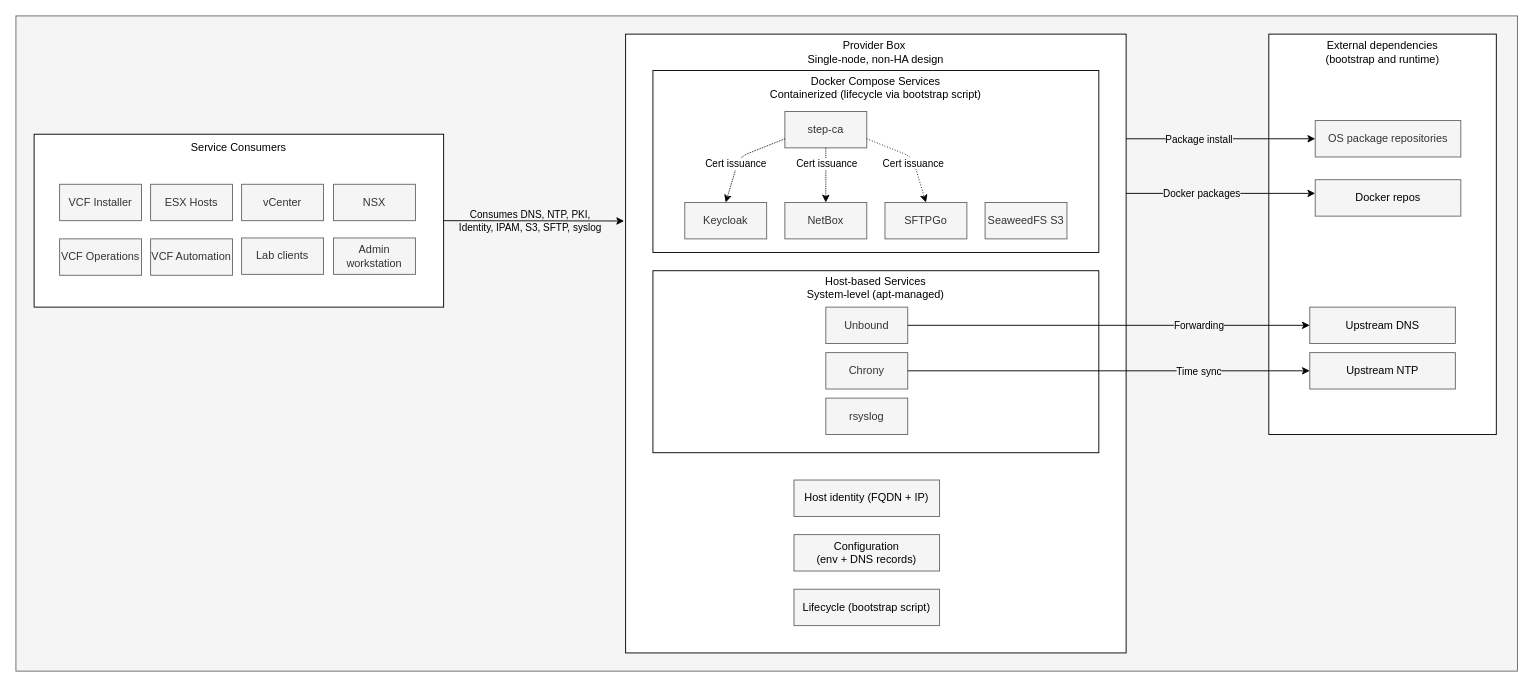
Above: docs/images/provider-box-overview.drawio in rutgerblom/homelab-infra (draw.io), before the change. Source tidied: cells renumbered, new cells numbered last; positions are measured from the earlier drawing's top-left corner, leaving out a move shared by most shapes. Both pictures are drawn from the tidied source at 91%, with x=0, y=0 at pixel (15, 15).
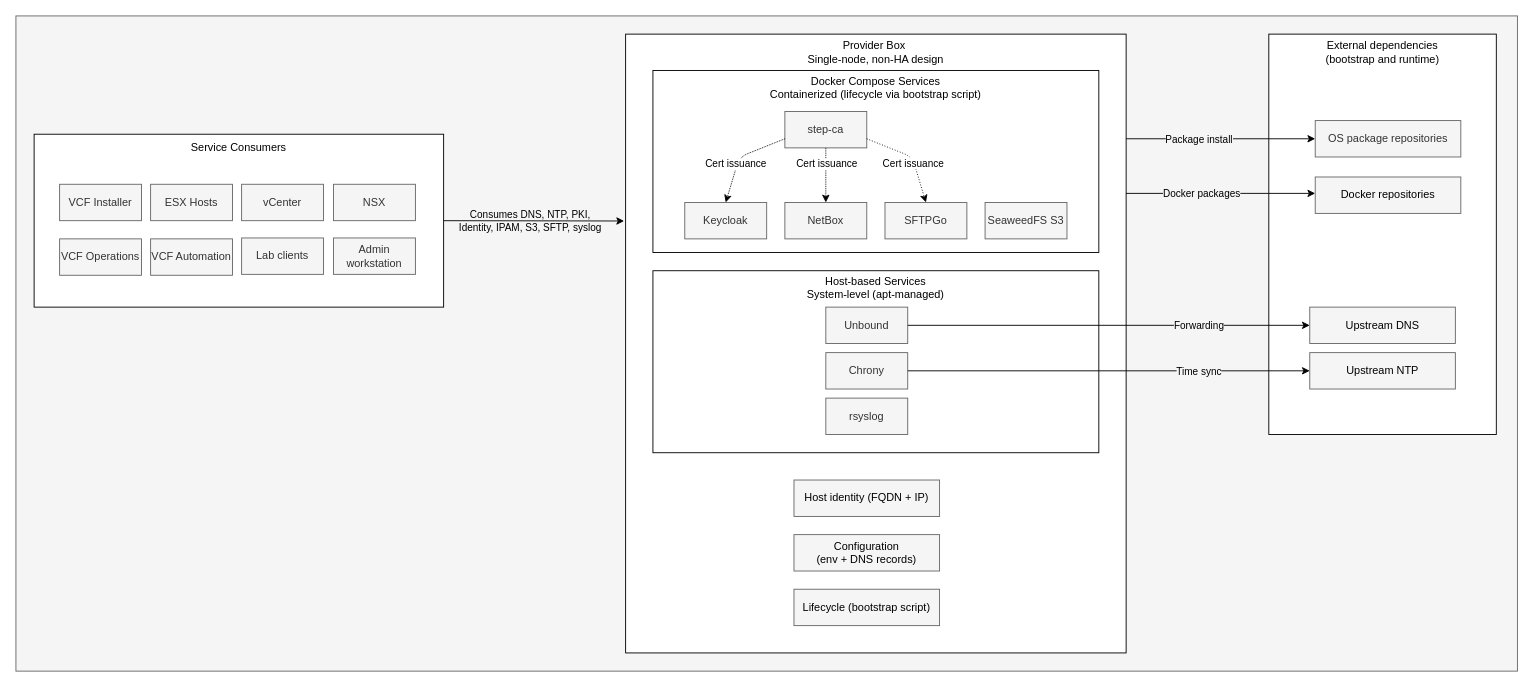
Above is the later version.

Diff of the diagram source:
```diff
@@
-    <mxCell id="37" value="&lt;span style=&quot;color: rgb(0, 0, 0);&quot;&gt;Docker repos&lt;/span&gt;" style="rounded=0;whiteSpace=wrap;html=1;fillColor=#f5f5f5;fontColor=#333333;strokeColor=#666666;" parent="1" vertex="1">
-      <mxGeometry x="1427.8" y="180" width="160" height="40" as="geometry" />
+    <mxCell id="37" value="&lt;span style=&quot;color: rgb(0, 0, 0);&quot;&gt;Docker repositories&lt;/span&gt;" style="rounded=0;whiteSpace=wrap;html=1;fillColor=#f5f5f5;fontColor=#333333;strokeColor=#666666;" parent="1" vertex="1">
+      <mxGeometry x="1427.8" y="177" width="160" height="40" as="geometry" />
     </mxCell>
```
